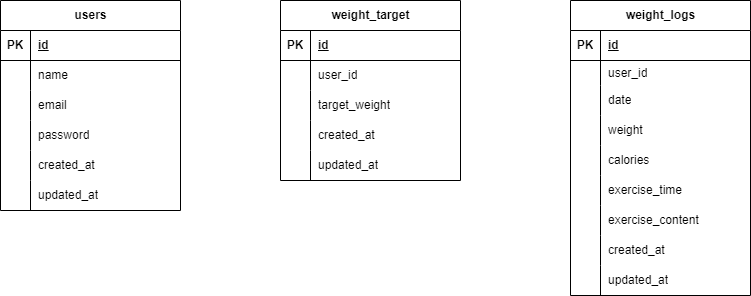
Before: ER.drawio.png, a diagram exported from draw.io (Sao-Hao/test3). Source tidied: cells renumbered, new cells last; positions are measured from the earlier drawing's top-left corner, leaving out a move shared by most shapes.
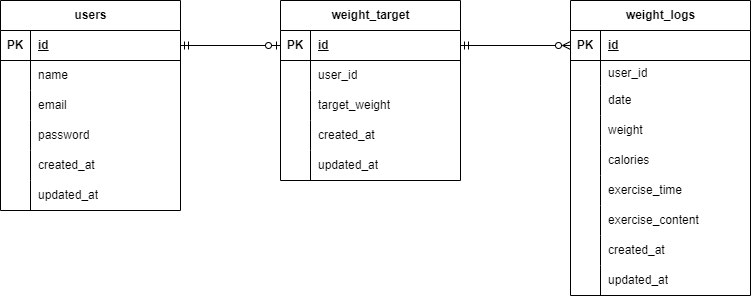
The same file after the commit.

What changed in the source:
```diff
@@ -194,5 +194,11 @@
     <mxCell id="65" value="updated_at" style="shape=partialRectangle;fillColor=none;top=0;left=0;bottom=0;right=0;align=left;spacingLeft=6;overflow=hidden;whiteSpace=wrap;html=1;" parent="63" vertex="1">
       <mxGeometry x="30" width="150" height="30" as="geometry" />
     </mxCell>
+    <mxCell id="66" style="edgeStyle=none;html=1;exitX=1;exitY=0.5;exitDx=0;exitDy=0;entryX=0;entryY=0.5;entryDx=0;entryDy=0;endArrow=ERzeroToOne;endFill=0;startArrow=ERmandOne;startFill=0;" parent="1" edge="1" source="20" target="3">
+      <mxGeometry relative="1" as="geometry" />
+    </mxCell>
+    <mxCell id="67" style="edgeStyle=none;html=1;exitX=1;exitY=0.5;exitDx=0;exitDy=0;entryX=0;entryY=0.5;entryDx=0;entryDy=0;startArrow=ERmandOne;startFill=0;endArrow=ERzeroToMany;endFill=0;" parent="1" edge="1" source="3" target="39">
+      <mxGeometry relative="1" as="geometry" />
+    </mxCell>
   </root>
 </mxGraphModel>
```
